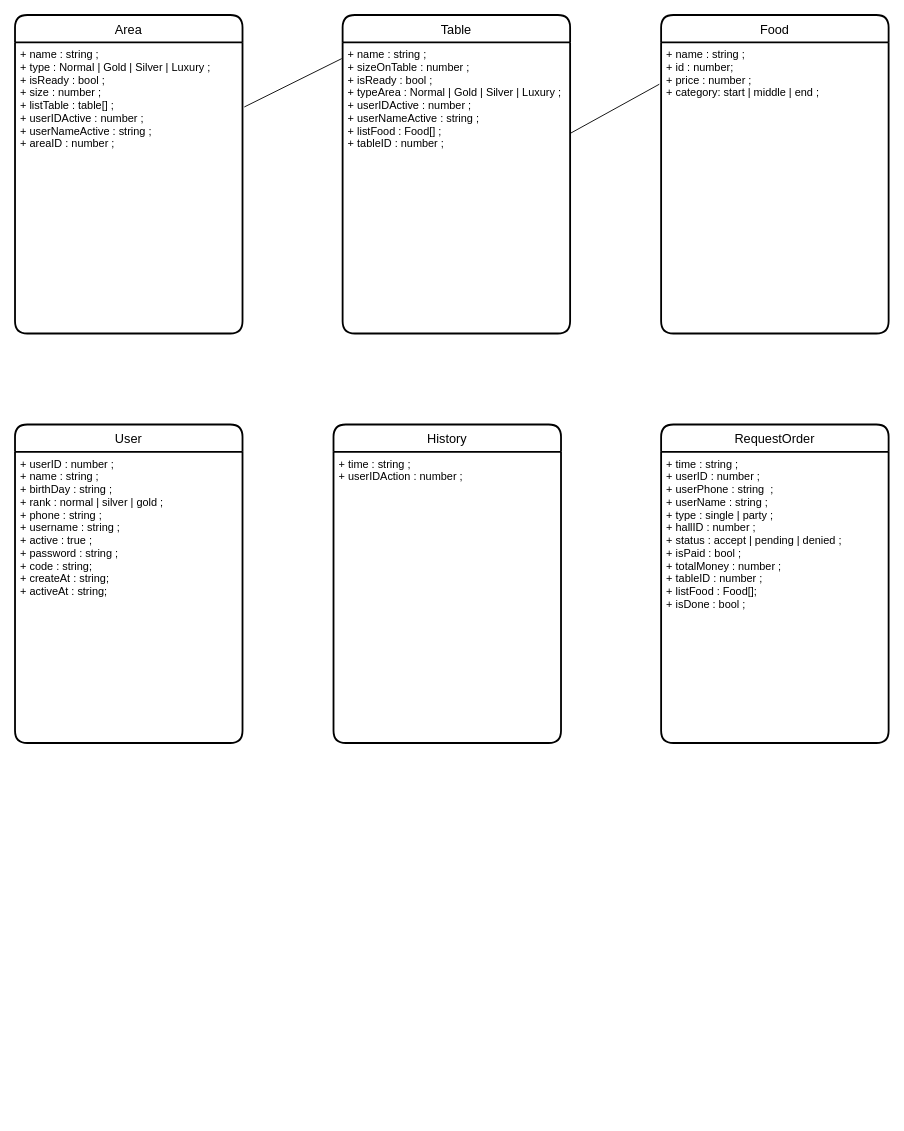
Before: Restaurant.drawio in baroned1707/RestaurantDiagram, a draw.io diagram. Source tidied: cells renumbered, new cells numbered last; positions are measured from the earlier drawing's top-left corner, leaving out a move shared by most shapes. Both pictures are drawn from the tidied source at 91%, with x=0, y=0 at pixel (15, 15).
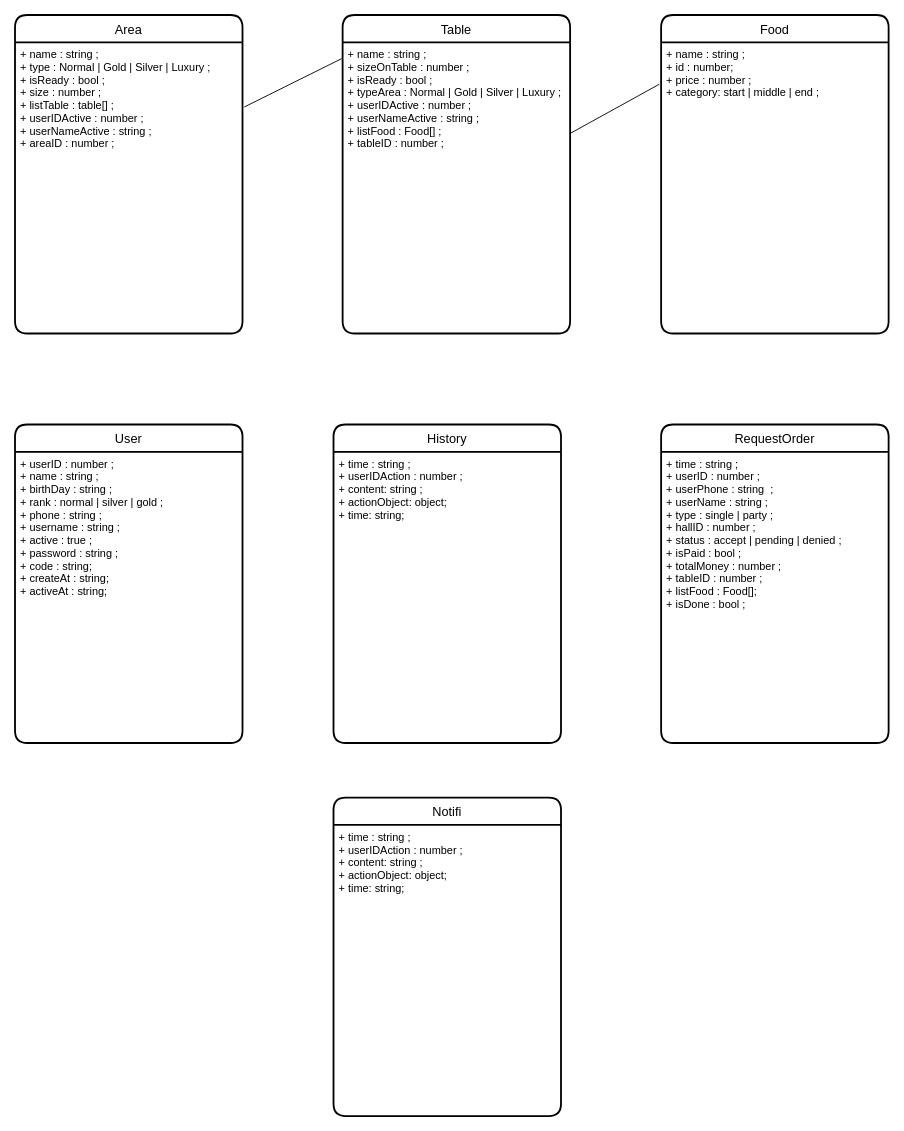
Above is the later version.

Change to the diagram source:
```diff
@@
 <mxGraphModel>
   <root>
     <mxCell id="0" />
     <mxCell id="1" parent="0" />
     <mxCell id="2" value="Area" style="swimlane;horizontal=1;startSize=30;rounded=1;fontSize=14;fontStyle=0;strokeWidth=2;shadow=0;dashed=0;align=center;" parent="1" vertex="1">
       <mxGeometry width="250" height="350" as="geometry" />
     </mxCell>
     <mxCell id="3" value="+ name : string ;&#10;+ type : Normal | Gold | Silver | Luxury ;&#10;+ isReady : bool ;&#10;+ size : number ;&#10;+ listTable : table[] ;&#10;+ userIDActive : number ;&#10;+ userNameActive : string ; &#10;+ areaID : number ;" style="align=left;strokeColor=none;fillColor=none;spacingLeft=4;fontSize=12;verticalAlign=top;" parent="2" vertex="1">
       <mxGeometry y="30" width="250" height="320" as="geometry" />
     </mxCell>
     <mxCell id="4" value="Table" style="swimlane;horizontal=1;startSize=30;rounded=1;fontSize=14;fontStyle=0;strokeWidth=2;shadow=0;dashed=0;align=center;" parent="1" vertex="1">
       <mxGeometry x="360" width="250" height="350" as="geometry" />
     </mxCell>
     <mxCell id="5" value="+ name : string ;&#10;+ sizeOnTable : number ;&#10;+ isReady : bool ;&#10;+ typeArea : Normal | Gold | Silver | Luxury ;&#10;+ userIDActive : number ;&#10;+ userNameActive : string ;&#10;+ listFood : Food[] ;&#10;+ tableID : number ;" style="align=left;strokeColor=none;fillColor=none;spacingLeft=4;fontSize=12;verticalAlign=top;" parent="4" vertex="1">
       <mxGeometry y="30" width="250" height="320" as="geometry" />
     </mxCell>
     <mxCell id="6" value="History" style="swimlane;horizontal=1;startSize=30;rounded=1;fontSize=14;fontStyle=0;strokeWidth=2;shadow=0;dashed=0;align=center;" parent="1" vertex="1">
       <mxGeometry x="350" y="450" width="250" height="350" as="geometry" />
     </mxCell>
-    <mxCell id="7" value="+ time : string ;&#10;+ userIDAction : number ;&#10;" style="align=left;strokeColor=none;fillColor=none;spacingLeft=4;fontSize=12;verticalAlign=top;" parent="6" vertex="1">
+    <mxCell id="7" value="+ time : string ;&#10;+ userIDAction : number ;&#10;+ content: string ;&#10;+ actionObject: object;&#10;+ time: string;" style="align=left;strokeColor=none;fillColor=none;spacingLeft=4;fontSize=12;verticalAlign=top;" parent="6" vertex="1">
       <mxGeometry y="30" width="250" height="320" as="geometry" />
     </mxCell>
     <mxCell id="8" value="User" style="swimlane;horizontal=1;startSize=30;rounded=1;fontSize=14;fontStyle=0;strokeWidth=2;shadow=0;dashed=0;align=center;" parent="1" vertex="1">
       <mxGeometry y="450" width="250" height="350" as="geometry" />
     </mxCell>
     <mxCell id="9" value="+ userID : number ;&#10;+ name : string ;&#10;+ birthDay : string ;&#10;+ rank : normal | silver | gold ;&#10;+ phone : string ;&#10;+ username : string ;&#10;+ active : true ;&#10;+ password : string ;&#10;+ code : string;&#10;+ createAt : string;&#10;+ activeAt : string;&#10;&#10;" style="align=left;strokeColor=none;fillColor=none;spacingLeft=4;fontSize=12;verticalAlign=top;" parent="8" vertex="1">
       <mxGeometry y="30" width="250" height="320" as="geometry" />
     </mxCell>
     <mxCell id="10" value="Food" style="swimlane;horizontal=1;startSize=30;rounded=1;fontSize=14;fontStyle=0;strokeWidth=2;shadow=0;dashed=0;align=center;" parent="1" vertex="1">
       <mxGeometry x="710" width="250" height="350" as="geometry" />
     </mxCell>
     <mxCell id="11" value="+ name : string ;&#10;+ id : number;&#10;+ price : number ;&#10;+ category: start | middle | end ;&#10;" style="align=left;strokeColor=none;fillColor=none;spacingLeft=4;fontSize=12;verticalAlign=top;" parent="10" vertex="1">
       <mxGeometry y="30" width="250" height="320" as="geometry" />
     </mxCell>
     <mxCell id="12" style="endArrow=none;html=1;rounded=0;exitX=1.008;exitY=0.222;exitDx=0;exitDy=0;exitPerimeter=0;entryX=-0.004;entryY=0.056;entryDx=0;entryDy=0;entryPerimeter=0;" parent="1" edge="1" source="3" target="5">
       <mxGeometry relative="1" as="geometry" />
     </mxCell>
     <mxCell id="13" style="endArrow=none;html=1;rounded=0;exitX=1;exitY=0.313;exitDx=0;exitDy=0;exitPerimeter=0;entryX=-0.008;entryY=0.144;entryDx=0;entryDy=0;entryPerimeter=0;" parent="1" edge="1" source="5" target="11">
       <mxGeometry relative="1" as="geometry" />
     </mxCell>
     <mxCell id="14" value="RequestOrder" style="swimlane;horizontal=1;startSize=30;rounded=1;fontSize=14;fontStyle=0;strokeWidth=2;shadow=0;dashed=0;align=center;" parent="1" vertex="1">
       <mxGeometry x="710" y="450" width="250" height="350" as="geometry" />
     </mxCell>
     <mxCell id="15" value="+ time : string ;&#10;+ userID : number ;&#10;+ userPhone : string  ;&#10;+ userName : string ;&#10;+ type : single | party ;&#10;+ hallID : number ;&#10;+ status : accept | pending | denied ;&#10;+ isPaid : bool ;&#10;+ totalMoney : number ;&#10;+ tableID : number ;&#10;+ listFood : Food[];&#10;+ isDone : bool ;&#10;" style="align=left;strokeColor=none;fillColor=none;spacingLeft=4;fontSize=12;verticalAlign=top;" parent="14" vertex="1">
       <mxGeometry y="30" width="250" height="320" as="geometry" />
     </mxCell>
+    <mxCell id="16" value="Notifi" style="swimlane;horizontal=1;startSize=30;rounded=1;fontSize=14;fontStyle=0;strokeWidth=2;shadow=0;dashed=0;align=center;" parent="1" vertex="1">
+      <mxGeometry x="350" y="860" width="250" height="350" as="geometry" />
+    </mxCell>
+    <mxCell id="17" value="+ time : string ;&#10;+ userIDAction : number ;&#10;+ content: string ;&#10;+ actionObject: object;&#10;+ time: string;" style="align=left;strokeColor=none;fillColor=none;spacingLeft=4;fontSize=12;verticalAlign=top;" parent="16" vertex="1">
+      <mxGeometry y="30" width="250" height="320" as="geometry" />
+    </mxCell>
   </root>
 </mxGraphModel>
```
